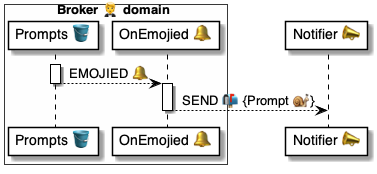
Before: 4 ⚙️ Solution/20 🧑‍🦰 UI/Brokers 🤵/🤵🪣 Broker tables/Prompts 🤔 table/🪣🧱 2 Emojied 🔔/🤵🤔 OnPromptEmojied ⚙️ uml.png, a diagram exported from PlantUML (pollyweb-org/pollyweb-docs). Its source is kept beside it as 4 ⚙️ Solution/20 🧑‍🦰 UI/Brokers 🤵/🤵🪣 Broker tables/Prompts 🤔 table/🪣🧱 2 Emojied 🔔/🤵🤔 OnPromptEmojied ⚙️ uml.puml. The source it was exported from:
```plantuml
@startuml OnPromptEmojied


box Broker 🤵 domain #FFFFFA
    participant "Prompts 🪣" as table
    participant "OnEmojied 🔔" as handler
end box

participant "Notifier 📣" as notifier



activate table
    table --> handler: EMOJIED 🔔
deactivate table

activate handler
    handler --> notifier: SEND 📬 {Prompt 🐌}
deactivate handler


@enduml
```
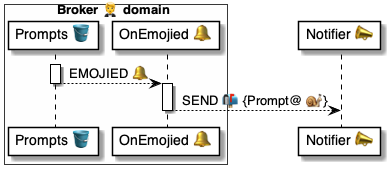
Later version of the same file.

The edit, as a diff of the source:
```diff
@@ -15,7 +15,7 @@
 deactivate table
 
 activate handler
-    handler --> notifier: SEND 📬 {Prompt 🐌}
+    handler --> notifier: SEND 📬 {Prompt@ 🐌}
 deactivate handler
 
 
```
